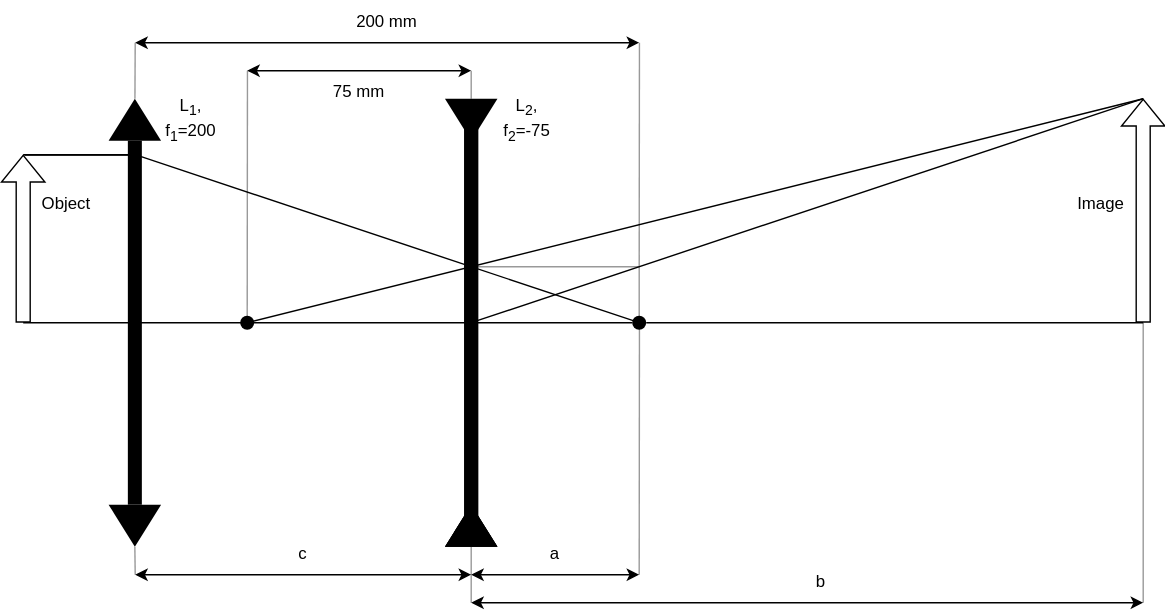
Earlier version of the draw.io export documentation/images/lenses_diagram.svg (nbaehler/mask-designer). Source tidied: cells renumbered, new cells last; positions are measured from the earlier drawing's top-left corner, leaving out a move shared by most shapes.
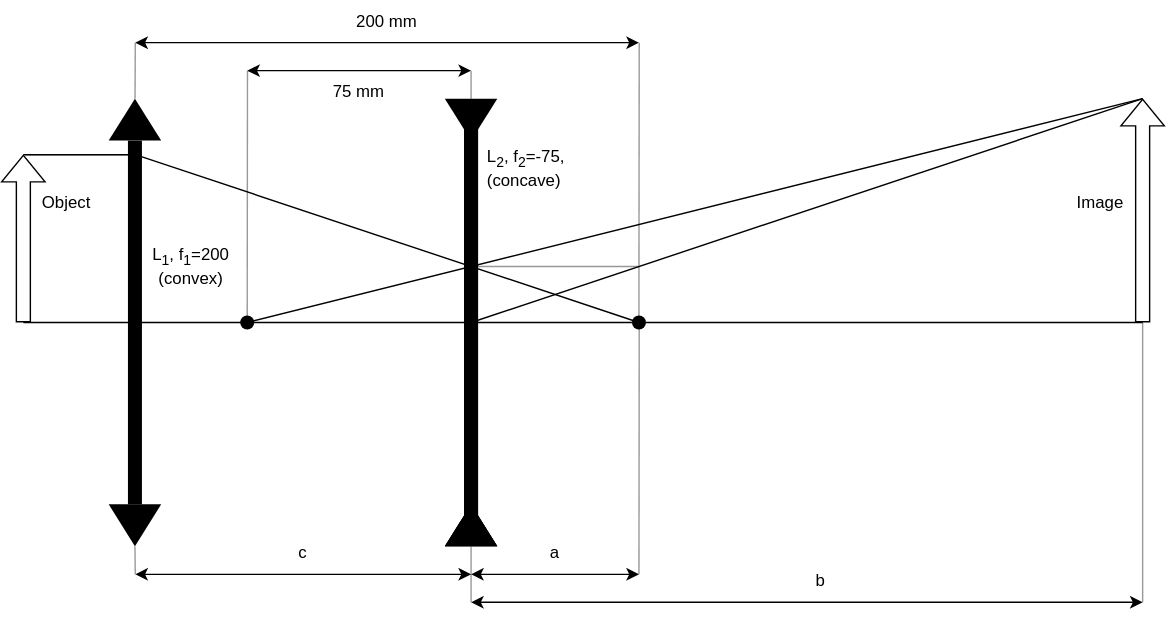
The same file after the commit.

What changed in the source:
```diff
@@ -38,11 +38,11 @@
     <mxCell id="8" style="rounded=0;whiteSpace=wrap;html=1;strokeColor=none;fillColor=#000000;" parent="1" vertex="1">
       <mxGeometry x="315" y="90" width="10" height="280" as="geometry" />
     </mxCell>
-    <mxCell id="9" value="&lt;div&gt;L&lt;sub&gt;1&lt;/sub&gt;,&lt;/div&gt;&lt;div align=&quot;left&quot;&gt;f&lt;sub&gt;1&lt;/sub&gt;=200&lt;br&gt;&lt;/div&gt;" style="text;html=1;strokeColor=none;fillColor=none;align=center;verticalAlign=middle;whiteSpace=wrap;rounded=0;" parent="1" vertex="1">
-      <mxGeometry x="90" y="70" width="60" height="30" as="geometry" />
+    <mxCell id="9" value="&lt;div&gt;L&lt;sub&gt;1&lt;/sub&gt;,&amp;nbsp;&lt;span&gt;f&lt;/span&gt;&lt;sub&gt;1&lt;/sub&gt;&lt;span&gt;=200&lt;/span&gt;&lt;/div&gt;&lt;div&gt;&lt;span&gt;(convex)&lt;/span&gt;&lt;/div&gt;" style="text;html=1;strokeColor=none;fillColor=none;align=center;verticalAlign=middle;whiteSpace=wrap;rounded=0;" parent="1" vertex="1">
+      <mxGeometry x="84.8" y="160" width="70" height="60" as="geometry" />
     </mxCell>
-    <mxCell id="10" value="&lt;div&gt;L&lt;sub&gt;2&lt;/sub&gt;,&lt;/div&gt;&lt;div align=&quot;left&quot;&gt;f&lt;sub&gt;2&lt;/sub&gt;=-75&lt;br&gt;&lt;/div&gt;" style="text;html=1;strokeColor=none;fillColor=none;align=center;verticalAlign=middle;whiteSpace=wrap;rounded=0;" parent="1" vertex="1">
-      <mxGeometry x="330" y="70" width="60" height="30" as="geometry" />
+    <mxCell id="10" value="&lt;div&gt;L&lt;sub&gt;2&lt;/sub&gt;,&amp;nbsp;&lt;span&gt;f&lt;/span&gt;&lt;sub&gt;2&lt;/sub&gt;&lt;span&gt;=-75,&lt;/span&gt;&lt;/div&gt;&lt;div align=&quot;left&quot;&gt;&lt;span style=&quot;text-align: center&quot;&gt;(concave)&lt;/span&gt;&lt;/div&gt;" style="text;html=1;strokeColor=none;fillColor=none;align=center;verticalAlign=middle;whiteSpace=wrap;rounded=0;" parent="1" vertex="1">
+      <mxGeometry x="325" y="90" width="69" height="60" as="geometry" />
     </mxCell>
     <mxCell id="11" value="200&amp;nbsp;mm" style="text;html=1;strokeColor=none;fillColor=none;align=center;verticalAlign=middle;whiteSpace=wrap;rounded=0;" parent="1" vertex="1">
       <mxGeometry x="230" width="60" height="30" as="geometry" />
```
